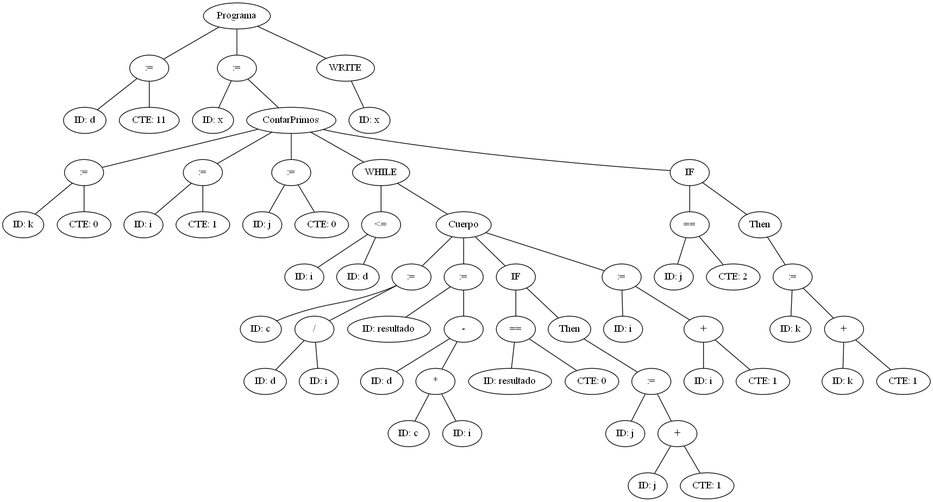
The Graphviz diagram AnalizadorLexico/arbol.png in JosueGaticaOdato/Integrador-TEOI, before a commit. Its source is kept beside it as AnalizadorLexico/arbol.dot.
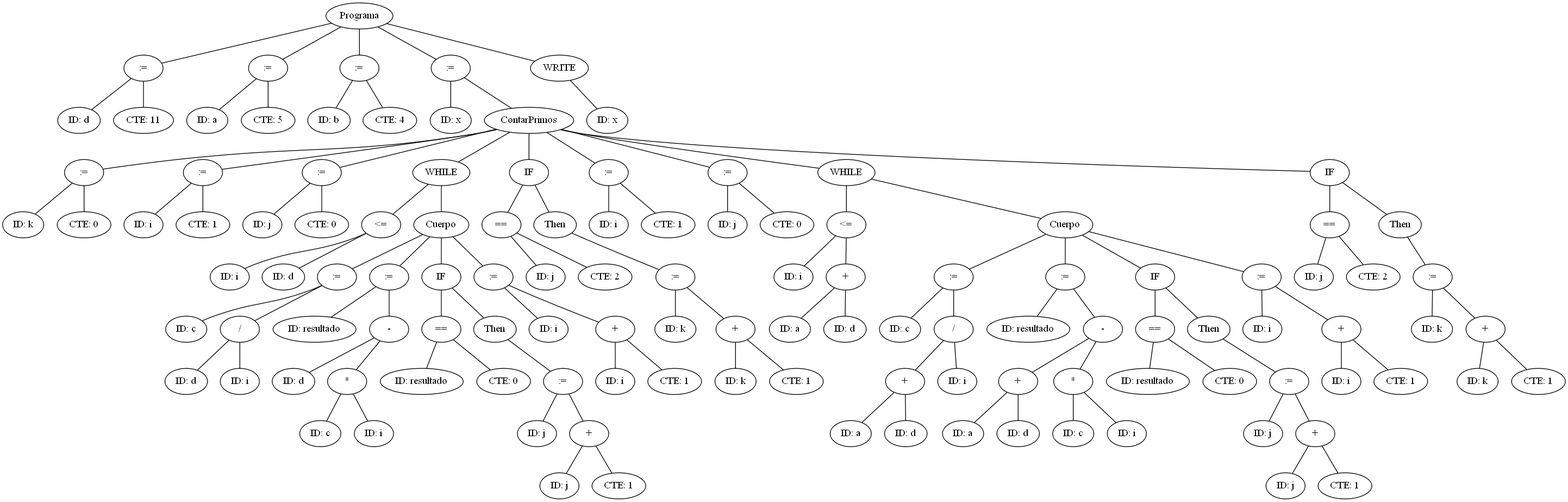
The same diagram one commit later.

Diff of the diagram source:
```diff
@@ -1,120 +1,240 @@
 graph G {nodo_programa [label="Programa"]
-nodo_505506818 [label=":="]
-nodo_programa -- nodo_505506818
-nodo_790715354 [label="ID: d"]
-nodo_505506818 -- nodo_790715354
-nodo_1399362170 [label="CTE: 11"]
-nodo_505506818 -- nodo_1399362170
-nodo_132394665 [label=":="]
-nodo_programa -- nodo_132394665
-nodo_388903208 [label="ID: x"]
-nodo_132394665 -- nodo_388903208
-nodo_846485404 [label="ContarPrimos"]
-nodo_132394665 -- nodo_846485404
-nodo_630778090 [label=":="]
-nodo_846485404 -- nodo_630778090
-nodo_61807510 [label="ID: k"]
-nodo_630778090 -- nodo_61807510
-nodo_1710153146 [label="CTE: 0"]
-nodo_630778090 -- nodo_1710153146
-nodo_1974906412 [label=":="]
-nodo_846485404 -- nodo_1974906412
-nodo_395040712 [label="ID: i"]
-nodo_1974906412 -- nodo_395040712
-nodo_1812139268 [label="CTE: 1"]
-nodo_1974906412 -- nodo_1812139268
-nodo_2131959347 [label=":="]
-nodo_846485404 -- nodo_2131959347
-nodo_1066666035 [label="ID: j"]
-nodo_2131959347 -- nodo_1066666035
-nodo_1994964382 [label="CTE: 0"]
-nodo_2131959347 -- nodo_1994964382
-nodo_41411946 [label="WHILE"]
-nodo_846485404 -- nodo_41411946
-nodo_1710391697 [label="<="]
-nodo_41411946 -- nodo_1710391697
-nodo_2050541708 [label="ID: i"]
-nodo_1710391697 -- nodo_2050541708
-nodo_1234144792 [label="ID: d"]
-nodo_1710391697 -- nodo_1234144792
-nodo_1953398518 [label="Cuerpo"]
-nodo_41411946 -- nodo_1953398518
-nodo_90277859 [label=":="]
-nodo_1953398518 -- nodo_90277859
-nodo_966869867 [label="ID: c"]
-nodo_90277859 -- nodo_966869867
-nodo_216790281 [label="/"]
-nodo_90277859 -- nodo_216790281
-nodo_192263084 [label="ID: d"]
-nodo_216790281 -- nodo_192263084
-nodo_44196798 [label="ID: i"]
-nodo_216790281 -- nodo_44196798
-nodo_824951450 [label=":="]
-nodo_1953398518 -- nodo_824951450
-nodo_1656437259 [label="ID: resultado"]
-nodo_824951450 -- nodo_1656437259
-nodo_1148525859 [label="-"]
-nodo_824951450 -- nodo_1148525859
-nodo_1440426368 [label="ID: d"]
-nodo_1148525859 -- nodo_1440426368
-nodo_982195891 [label="*"]
-nodo_1148525859 -- nodo_982195891
-nodo_31129739 [label="ID: c"]
-nodo_982195891 -- nodo_31129739
-nodo_1831569814 [label="ID: i"]
-nodo_982195891 -- nodo_1831569814
-nodo_1638935194 [label="IF"]
-nodo_1953398518 -- nodo_1638935194
-nodo_53268121 [label="=="]
-nodo_1638935194 -- nodo_53268121
-nodo_1521109295 [label="ID: resultado"]
-nodo_53268121 -- nodo_1521109295
-nodo_1803295957 [label="CTE: 0"]
-nodo_53268121 -- nodo_1803295957
-nodo_200810458 [label="Then"]
-nodo_1638935194 -- nodo_200810458
-nodo_1858424890 [label=":="]
-nodo_200810458 -- nodo_1858424890
-nodo_1714331644 [label="ID: j"]
-nodo_1858424890 -- nodo_1714331644
-nodo_1841278296 [label="+"]
-nodo_1858424890 -- nodo_1841278296
-nodo_653425146 [label="ID: j"]
-nodo_1841278296 -- nodo_653425146
-nodo_1651681694 [label="CTE: 1"]
-nodo_1841278296 -- nodo_1651681694
-nodo_1882262355 [label=":="]
-nodo_1953398518 -- nodo_1882262355
-nodo_1626647904 [label="ID: i"]
-nodo_1882262355 -- nodo_1626647904
-nodo_1442587949 [label="+"]
-nodo_1882262355 -- nodo_1442587949
-nodo_573921365 [label="ID: i"]
-nodo_1442587949 -- nodo_573921365
-nodo_1512482003 [label="CTE: 1"]
-nodo_1442587949 -- nodo_1512482003
-nodo_536649050 [label="IF"]
-nodo_846485404 -- nodo_536649050
-nodo_723322565 [label="=="]
-nodo_536649050 -- nodo_723322565
-nodo_593626115 [label="ID: j"]
-nodo_723322565 -- nodo_593626115
-nodo_1275931776 [label="CTE: 2"]
-nodo_723322565 -- nodo_1275931776
-nodo_937455126 [label="Then"]
-nodo_536649050 -- nodo_937455126
-nodo_1946709249 [label=":="]
-nodo_937455126 -- nodo_1946709249
-nodo_1207512479 [label="ID: k"]
-nodo_1946709249 -- nodo_1207512479
-nodo_1647665356 [label="+"]
-nodo_1946709249 -- nodo_1647665356
-nodo_1452356162 [label="ID: k"]
-nodo_1647665356 -- nodo_1452356162
-nodo_1631989236 [label="CTE: 1"]
-nodo_1647665356 -- nodo_1631989236
-nodo_1868390806 [label="WRITE"]
-nodo_programa -- nodo_1868390806
-nodo_640110513 [label="ID: x"]
-nodo_1868390806 -- nodo_640110513
+nodo_2043035674 [label=":="]
+nodo_programa -- nodo_2043035674
+nodo_1163276184 [label="ID: d"]
+nodo_2043035674 -- nodo_1163276184
+nodo_1264862683 [label="CTE: 11"]
+nodo_2043035674 -- nodo_1264862683
+nodo_314964486 [label=":="]
+nodo_programa -- nodo_314964486
+nodo_666905728 [label="ID: a"]
+nodo_314964486 -- nodo_666905728
+nodo_1394535695 [label="CTE: 5"]
+nodo_314964486 -- nodo_1394535695
+nodo_985473066 [label=":="]
+nodo_programa -- nodo_985473066
+nodo_118880433 [label="ID: b"]
+nodo_985473066 -- nodo_118880433
+nodo_563568895 [label="CTE: 4"]
+nodo_985473066 -- nodo_563568895
+nodo_96835415 [label=":="]
+nodo_programa -- nodo_96835415
+nodo_1454001077 [label="ID: x"]
+nodo_96835415 -- nodo_1454001077
+nodo_2119360929 [label="ContarPrimos"]
+nodo_96835415 -- nodo_2119360929
+nodo_1691936268 [label=":="]
+nodo_2119360929 -- nodo_1691936268
+nodo_1292810991 [label="ID: k"]
+nodo_1691936268 -- nodo_1292810991
+nodo_1241364248 [label="CTE: 0"]
+nodo_1691936268 -- nodo_1241364248
+nodo_541792367 [label=":="]
+nodo_2119360929 -- nodo_541792367
+nodo_50361068 [label="ID: i"]
+nodo_541792367 -- nodo_50361068
+nodo_996243873 [label="CTE: 1"]
+nodo_541792367 -- nodo_996243873
+nodo_520113314 [label=":="]
+nodo_2119360929 -- nodo_520113314
+nodo_1743824717 [label="ID: j"]
+nodo_520113314 -- nodo_1743824717
+nodo_1743203917 [label="CTE: 0"]
+nodo_520113314 -- nodo_1743203917
+nodo_1467740001 [label="WHILE"]
+nodo_2119360929 -- nodo_1467740001
+nodo_1241762928 [label="<="]
+nodo_1467740001 -- nodo_1241762928
+nodo_673960114 [label="ID: i"]
+nodo_1241762928 -- nodo_673960114
+nodo_1986004668 [label="ID: d"]
+nodo_1241762928 -- nodo_1986004668
+nodo_2120810486 [label="Cuerpo"]
+nodo_1467740001 -- nodo_2120810486
+nodo_719113223 [label=":="]
+nodo_2120810486 -- nodo_719113223
+nodo_1543776174 [label="ID: c"]
+nodo_719113223 -- nodo_1543776174
+nodo_715628404 [label="/"]
+nodo_719113223 -- nodo_715628404
+nodo_327766681 [label="ID: d"]
+nodo_715628404 -- nodo_327766681
+nodo_1610160155 [label="ID: i"]
+nodo_715628404 -- nodo_1610160155
+nodo_582839581 [label=":="]
+nodo_2120810486 -- nodo_582839581
+nodo_880220673 [label="ID: resultado"]
+nodo_582839581 -- nodo_880220673
+nodo_1832098700 [label="-"]
+nodo_582839581 -- nodo_1832098700
+nodo_2048749553 [label="ID: d"]
+nodo_1832098700 -- nodo_2048749553
+nodo_864104490 [label="*"]
+nodo_1832098700 -- nodo_864104490
+nodo_1068139337 [label="ID: c"]
+nodo_864104490 -- nodo_1068139337
+nodo_1320452299 [label="ID: i"]
+nodo_864104490 -- nodo_1320452299
+nodo_1598491659 [label="IF"]
+nodo_2120810486 -- nodo_1598491659
+nodo_1702721449 [label="=="]
+nodo_1598491659 -- nodo_1702721449
+nodo_237375620 [label="ID: resultado"]
+nodo_1702721449 -- nodo_237375620
+nodo_1686010707 [label="CTE: 0"]
+nodo_1702721449 -- nodo_1686010707
+nodo_62788739 [label="Then"]
+nodo_1598491659 -- nodo_62788739
+nodo_225504098 [label=":="]
+nodo_62788739 -- nodo_225504098
+nodo_871135352 [label="ID: j"]
+nodo_225504098 -- nodo_871135352
+nodo_610220469 [label="+"]
+nodo_225504098 -- nodo_610220469
+nodo_1471556529 [label="ID: j"]
+nodo_610220469 -- nodo_1471556529
+nodo_1561846238 [label="CTE: 1"]
+nodo_610220469 -- nodo_1561846238
+nodo_224951740 [label=":="]
+nodo_2120810486 -- nodo_224951740
+nodo_1344765749 [label="ID: i"]
+nodo_224951740 -- nodo_1344765749
+nodo_917122339 [label="+"]
+nodo_224951740 -- nodo_917122339
+nodo_1414607673 [label="ID: i"]
+nodo_917122339 -- nodo_1414607673
+nodo_446308754 [label="CTE: 1"]
+nodo_917122339 -- nodo_446308754
+nodo_1907305251 [label="IF"]
+nodo_2119360929 -- nodo_1907305251
+nodo_378258176 [label="=="]
+nodo_1907305251 -- nodo_378258176
+nodo_1268707859 [label="ID: j"]
+nodo_378258176 -- nodo_1268707859
+nodo_12831811 [label="CTE: 2"]
+nodo_378258176 -- nodo_12831811
+nodo_146606411 [label="Then"]
+nodo_1907305251 -- nodo_146606411
+nodo_1080445087 [label=":="]
+nodo_146606411 -- nodo_1080445087
+nodo_2085893354 [label="ID: k"]
+nodo_1080445087 -- nodo_2085893354
+nodo_1659592439 [label="+"]
+nodo_1080445087 -- nodo_1659592439
+nodo_41739440 [label="ID: k"]
+nodo_1659592439 -- nodo_41739440
+nodo_1890346704 [label="CTE: 1"]
+nodo_1659592439 -- nodo_1890346704
+nodo_755171147 [label=":="]
+nodo_2119360929 -- nodo_755171147
+nodo_363200762 [label="ID: i"]
+nodo_755171147 -- nodo_363200762
+nodo_1889152922 [label="CTE: 1"]
+nodo_755171147 -- nodo_1889152922
+nodo_1662209471 [label=":="]
+nodo_2119360929 -- nodo_1662209471
+nodo_1506872881 [label="ID: j"]
+nodo_1662209471 -- nodo_1506872881
+nodo_2094359585 [label="CTE: 0"]
+nodo_1662209471 -- nodo_2094359585
+nodo_1561490142 [label="WHILE"]
+nodo_2119360929 -- nodo_1561490142
+nodo_605401718 [label="<="]
+nodo_1561490142 -- nodo_605401718
+nodo_1977913411 [label="ID: i"]
+nodo_605401718 -- nodo_1977913411
+nodo_583468722 [label="+"]
+nodo_605401718 -- nodo_583468722
+nodo_1821185206 [label="ID: a"]
+nodo_583468722 -- nodo_1821185206
+nodo_1703058771 [label="ID: d"]
+nodo_583468722 -- nodo_1703058771
+nodo_884305704 [label="Cuerpo"]
+nodo_1561490142 -- nodo_884305704
+nodo_786242970 [label=":="]
+nodo_884305704 -- nodo_786242970
+nodo_720475219 [label="ID: c"]
+nodo_786242970 -- nodo_720475219
+nodo_1533607003 [label="/"]
+nodo_786242970 -- nodo_1533607003
+nodo_1153106993 [label="+"]
+nodo_1533607003 -- nodo_1153106993
+nodo_38592753 [label="ID: a"]
+nodo_1153106993 -- nodo_38592753
+nodo_616153063 [label="ID: d"]
+nodo_1153106993 -- nodo_616153063
+nodo_950994191 [label="ID: i"]
+nodo_1533607003 -- nodo_950994191
+nodo_606672039 [label=":="]
+nodo_884305704 -- nodo_606672039
+nodo_1090991035 [label="ID: resultado"]
+nodo_606672039 -- nodo_1090991035
+nodo_673774331 [label="-"]
+nodo_606672039 -- nodo_673774331
+nodo_1760494988 [label="+"]
+nodo_673774331 -- nodo_1760494988
+nodo_68134938 [label="ID: a"]
+nodo_1760494988 -- nodo_68134938
+nodo_2095962571 [label="ID: d"]
+nodo_1760494988 -- nodo_2095962571
+nodo_326962063 [label="*"]
+nodo_673774331 -- nodo_326962063
+nodo_61779721 [label="ID: c"]
+nodo_326962063 -- nodo_61779721
+nodo_2056820766 [label="ID: i"]
+nodo_326962063 -- nodo_2056820766
+nodo_1755919623 [label="IF"]
+nodo_884305704 -- nodo_1755919623
+nodo_326331118 [label="=="]
+nodo_1755919623 -- nodo_326331118
+nodo_1708345710 [label="ID: resultado"]
+nodo_326331118 -- nodo_1708345710
+nodo_1530226082 [label="CTE: 0"]
+nodo_326331118 -- nodo_1530226082
+nodo_2048221902 [label="Then"]
+nodo_1755919623 -- nodo_2048221902
+nodo_1916359544 [label=":="]
+nodo_2048221902 -- nodo_1916359544
+nodo_232717416 [label="ID: j"]
+nodo_1916359544 -- nodo_232717416
+nodo_2100727812 [label="+"]
+nodo_1916359544 -- nodo_2100727812
+nodo_753180286 [label="ID: j"]
+nodo_2100727812 -- nodo_753180286
+nodo_352233993 [label="CTE: 1"]
+nodo_2100727812 -- nodo_352233993
+nodo_1849243970 [label=":="]
+nodo_884305704 -- nodo_1849243970
+nodo_667300401 [label="ID: i"]
+nodo_1849243970 -- nodo_667300401
+nodo_802770905 [label="+"]
+nodo_1849243970 -- nodo_802770905
+nodo_1310066377 [label="ID: i"]
+nodo_802770905 -- nodo_1310066377
+nodo_1765987680 [label="CTE: 1"]
+nodo_802770905 -- nodo_1765987680
+nodo_2130912707 [label="IF"]
+nodo_2119360929 -- nodo_2130912707
+nodo_440474237 [label="=="]
+nodo_2130912707 -- nodo_440474237
+nodo_1688172466 [label="ID: j"]
+nodo_440474237 -- nodo_1688172466
+nodo_461985684 [label="CTE: 2"]
+nodo_440474237 -- nodo_461985684
+nodo_2101494811 [label="Then"]
+nodo_2130912707 -- nodo_2101494811
+nodo_1875000124 [label=":="]
+nodo_2101494811 -- nodo_1875000124
+nodo_1895818129 [label="ID: k"]
+nodo_1875000124 -- nodo_1895818129
+nodo_563822573 [label="+"]
+nodo_1875000124 -- nodo_563822573
+nodo_1310119257 [label="ID: k"]
+nodo_563822573 -- nodo_1310119257
+nodo_821238908 [label="CTE: 1"]
+nodo_563822573 -- nodo_821238908
+nodo_1059029656 [label="WRITE"]
+nodo_programa -- nodo_1059029656
+nodo_1191421633 [label="ID: x"]
+nodo_1059029656 -- nodo_1191421633
 }
```
